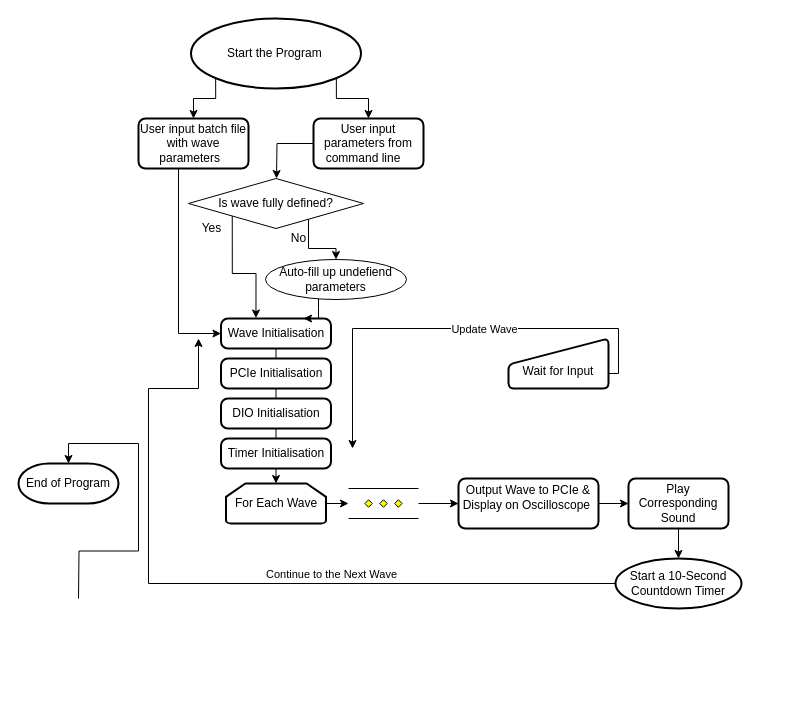
Above: ca2/flowcharts/Main Structure.drawio in JinZihang/NTU-MA4830-RealtimeSoftwareForMechatronicSystems (draw.io), before the change. Source tidied: cells renumbered, new cells numbered last; positions are measured from the earlier drawing's top-left corner, leaving out a move shared by most shapes. Both pictures are drawn from the tidied source at 100%, with x=0, y=0 at pixel (18, 18).
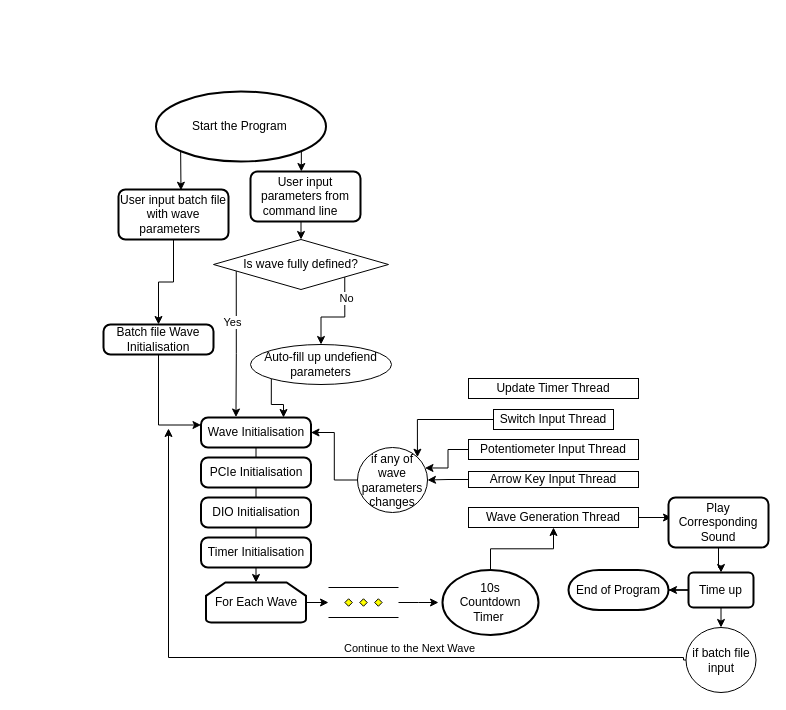
The same page after the edit.

What changed in the source:
```diff
@@
     <mxCell id="2" style="edgeStyle=orthogonalEdgeStyle;rounded=0;jettySize=auto;html=1;exitX=0.855;exitY=0.855;exitDx=0;exitDy=0;exitPerimeter=0;" parent="1" edge="1" source="4" target="24">
       <mxGeometry relative="1" as="geometry">
         <Array as="points">
-          <mxPoint x="318" y="80" />
-          <mxPoint x="350" y="80" />
+          <mxPoint x="283" y="153" />
+          <mxPoint x="315" y="153" />
         </Array>
       </mxGeometry>
     </mxCell>
-    <mxCell id="3" style="edgeStyle=orthogonalEdgeStyle;rounded=0;jettySize=auto;html=1;exitX=0.145;exitY=0.855;exitDx=0;exitDy=0;exitPerimeter=0;entryX=0.5;entryY=0;entryDx=0;entryDy=0;" parent="1" edge="1" source="4" target="38">
-      <mxGeometry relative="1" as="geometry">
-        <Array as="points">
-          <mxPoint x="197" y="80" />
-          <mxPoint x="175" y="80" />
-        </Array>
-      </mxGeometry>
+    <mxCell id="3" style="edgeStyle=orthogonalEdgeStyle;rounded=0;jettySize=auto;html=1;exitX=0.145;exitY=0.855;exitDx=0;exitDy=0;exitPerimeter=0;entryX=0.568;entryY=0.015;entryDx=0;entryDy=0;entryPerimeter=0;" parent="1" edge="1" source="4" target="38">
+      <mxGeometry relative="1" as="geometry" />
     </mxCell>
     <mxCell id="4" value="Start the Program&amp;nbsp;" style="strokeWidth=2;html=1;shape=mxgraph.flowchart.start_1;whiteSpace=wrap;" parent="1" vertex="1">
-      <mxGeometry x="172.5" width="170" height="70" as="geometry" />
+      <mxGeometry x="137.5" y="73" width="170" height="70" as="geometry" />
     </mxCell>
@@
     <mxCell id="6" value="Wave Initialisation" style="rounded=1;whiteSpace=wrap;html=1;absoluteArcSize=1;arcSize=14;strokeWidth=2;" parent="1" vertex="1">
-      <mxGeometry x="202.5" y="300" width="110" height="30" as="geometry" />
+      <mxGeometry x="182.5" y="399" width="110" height="30" as="geometry" />
     </mxCell>
-    <mxCell id="7" style="edgeStyle=orthogonalEdgeStyle;rounded=0;jettySize=auto;html=1;entryX=0.5;entryY=0;entryDx=0;entryDy=0;entryPerimeter=0;" parent="1" edge="1" target="21">
-      <mxGeometry relative="1" as="geometry">
-        <mxPoint x="60" y="580" as="sourcePoint" />
-      </mxGeometry>
-    </mxCell>
-    <mxCell id="8" style="edgeStyle=orthogonalEdgeStyle;rounded=0;jettySize=auto;html=1;entryX=0;entryY=0.5;entryDx=0;entryDy=0;exitX=1;exitY=0.5;exitDx=0;exitDy=0;exitPerimeter=0;" parent="1" edge="1" source="22" target="15">
-      <mxGeometry relative="1" as="geometry" />
+    <mxCell id="8" style="edgeStyle=orthogonalEdgeStyle;rounded=0;jettySize=auto;html=1;entryX=0;entryY=0.5;entryDx=0;entryDy=0;exitX=1;exitY=0.5;exitDx=0;exitDy=0;exitPerimeter=0;" parent="1" edge="1" source="22">
+      <mxGeometry relative="1" as="geometry">
+        <mxPoint x="420" y="584" as="targetPoint" />
+      </mxGeometry>
     </mxCell>
@@
     <mxCell id="10" value="For Each Wave" style="strokeWidth=2;html=1;shape=mxgraph.flowchart.loop_limit;whiteSpace=wrap;" parent="1" vertex="1">
-      <mxGeometry x="207.5" y="465" width="100" height="40" as="geometry" />
+      <mxGeometry x="187.5" y="564" width="100" height="40" as="geometry" />
     </mxCell>
-    <mxCell id="11" style="edgeStyle=orthogonalEdgeStyle;rounded=0;jettySize=auto;html=1;exitX=0;exitY=0.5;exitDx=0;exitDy=0;exitPerimeter=0;" parent="1" edge="1" source="13">
+    <mxCell id="11" style="edgeStyle=orthogonalEdgeStyle;rounded=0;jettySize=auto;html=1;exitX=0;exitY=0.5;exitDx=0;exitDy=0;" parent="1" edge="1" source="54">
       <mxGeometry relative="1" as="geometry">
-        <mxPoint x="180" y="320" as="targetPoint" />
+        <mxPoint x="150" y="410" as="targetPoint" />
         <Array as="points">
-          <mxPoint x="130" y="565" />
-          <mxPoint x="130" y="370" />
-          <mxPoint x="180" y="370" />
+          <mxPoint x="665" y="639" />
+          <mxPoint x="150" y="639" />
         </Array>
       </mxGeometry>
     </mxCell>
@@
+    <mxCell id="39" style="edgeStyle=orthogonalEdgeStyle;rounded=0;jettySize=auto;html=1;" parent="1" edge="1" source="13" target="49">
+      <mxGeometry relative="1" as="geometry" />
+    </mxCell>
-    <mxCell id="13" value="Start a 10-Second&lt;br&gt;Countdown Timer" style="strokeWidth=2;html=1;shape=mxgraph.flowchart.start_1;whiteSpace=wrap;" parent="1" vertex="1">
-      <mxGeometry x="597" y="540" width="126" height="50" as="geometry" />
+    <mxCell id="13" value="10s&lt;br&gt;Countdown Timer&amp;nbsp;" style="strokeWidth=2;html=1;shape=mxgraph.flowchart.start_1;whiteSpace=wrap;" parent="1" vertex="1">
+      <mxGeometry x="424" y="551.5" width="96" height="65" as="geometry" />
     </mxCell>
-    <mxCell id="14" style="edgeStyle=orthogonalEdgeStyle;rounded=0;jettySize=auto;html=1;" parent="1" edge="1" source="15" target="17">
-      <mxGeometry relative="1" as="geometry" />
+    <mxCell id="14" style="edgeStyle=orthogonalEdgeStyle;rounded=0;jettySize=auto;html=1;exitX=1;exitY=0.5;exitDx=0;exitDy=0;" parent="1" edge="1" source="49">
+      <mxGeometry relative="1" as="geometry">
+        <mxPoint x="653" y="499" as="targetPoint" />
+      </mxGeometry>
     </mxCell>
-    <mxCell id="15" value="Output Wave to PCIe &amp;amp; &lt;br&gt;Display on Oscilloscope&amp;nbsp;&lt;p class=&quot;MsoToc3&quot;&gt;&lt;/p&gt;" style="rounded=1;whiteSpace=wrap;html=1;absoluteArcSize=1;arcSize=14;strokeWidth=2;" parent="1" vertex="1">
-      <mxGeometry x="440" y="460" width="140" height="50" as="geometry" />
-    </mxCell>
-    <mxCell id="16" style="edgeStyle=orthogonalEdgeStyle;rounded=0;jettySize=auto;html=1;" parent="1" edge="1" source="17" target="13">
-      <mxGeometry relative="1" as="geometry" />
-    </mxCell>
+    <mxCell id="40" style="edgeStyle=orthogonalEdgeStyle;rounded=0;jettySize=auto;html=1;" parent="1" edge="1" source="17" target="53">
+      <mxGeometry relative="1" as="geometry" />
+    </mxCell>
     <mxCell id="17" value="Play Corresponding Sound" style="rounded=1;whiteSpace=wrap;html=1;absoluteArcSize=1;arcSize=14;strokeWidth=2;" parent="1" vertex="1">
-      <mxGeometry x="610" y="460" width="100" height="50" as="geometry" />
+      <mxGeometry x="650" y="479" width="100" height="50" as="geometry" />
     </mxCell>
-    <mxCell id="18" style="edgeStyle=orthogonalEdgeStyle;rounded=0;jettySize=auto;html=1;exitX=1;exitY=0.5;exitDx=0;exitDy=0;" parent="1" edge="1" source="20">
-      <mxGeometry relative="1" as="geometry">
-        <mxPoint x="334" y="430" as="targetPoint" />
-        <Array as="points">
-          <mxPoint x="600" y="355" />
-          <mxPoint x="600" y="310" />
-          <mxPoint x="334" y="310" />
-        </Array>
-      </mxGeometry>
-    </mxCell>
-    <mxCell id="19" value="Update Wave" style="edgeLabel;html=1;align=center;verticalAlign=middle;" parent="18" vertex="1">
-      <mxGeometry x="-0.05" relative="1" as="geometry">
-        <mxPoint x="14" as="offset" />
-      </mxGeometry>
-    </mxCell>
-    <mxCell id="20" value="&lt;br&gt;Wait for Input" style="html=1;strokeWidth=2;shape=manualInput;whiteSpace=wrap;rounded=1;size=26;arcSize=11;" parent="1" vertex="1">
-      <mxGeometry x="490" y="320" width="100" height="50" as="geometry" />
-    </mxCell>
     <mxCell id="21" value="End of Program" style="strokeWidth=2;html=1;shape=mxgraph.flowchart.terminator;whiteSpace=wrap;" parent="1" vertex="1">
-      <mxGeometry y="445" width="100" height="40" as="geometry" />
+      <mxGeometry x="550" y="551.5" width="100" height="40" as="geometry" />
     </mxCell>
     <mxCell id="22" style="verticalLabelPosition=bottom;verticalAlign=top;html=1;shape=mxgraph.flowchart.parallel_mode;" parent="1" vertex="1">
-      <mxGeometry x="330" y="470" width="70" height="30" as="geometry" />
+      <mxGeometry x="310" y="569" width="70" height="30" as="geometry" />
     </mxCell>
-    <mxCell id="23" style="edgeStyle=orthogonalEdgeStyle;rounded=0;jettySize=auto;html=1;" parent="1" edge="1" source="24">
-      <mxGeometry relative="1" as="geometry">
-        <mxPoint x="258" y="160" as="targetPoint" />
-      </mxGeometry>
+    <mxCell id="23" style="edgeStyle=orthogonalEdgeStyle;rounded=0;jettySize=auto;html=1;exitX=0.5;exitY=1;exitDx=0;exitDy=0;entryX=0.5;entryY=0;entryDx=0;entryDy=0;" parent="1" edge="1" source="24" target="27">
+      <mxGeometry relative="1" as="geometry" />
     </mxCell>
     <mxCell id="24" value="User input parameters from command line&amp;nbsp; &amp;nbsp;" style="rounded=1;whiteSpace=wrap;html=1;absoluteArcSize=1;arcSize=14;strokeWidth=2;" parent="1" vertex="1">
-      <mxGeometry x="295" y="100" width="110" height="50" as="geometry" />
+      <mxGeometry x="232" y="153" width="110" height="50" as="geometry" />
     </mxCell>
-    <mxCell id="25" style="edgeStyle=orthogonalEdgeStyle;rounded=0;jettySize=auto;html=1;exitX=0;exitY=1;exitDx=0;exitDy=0;entryX=0.318;entryY=-0.016;entryDx=0;entryDy=0;entryPerimeter=0;" parent="1" edge="1" source="27" target="6">
+    <mxCell id="25" style="edgeStyle=orthogonalEdgeStyle;rounded=0;jettySize=auto;html=1;exitX=0.13;exitY=0.59;exitDx=0;exitDy=0;entryX=0.318;entryY=-0.016;entryDx=0;entryDy=0;entryPerimeter=0;startArrow=none;exitPerimeter=0;" parent="1" edge="1" source="27" target="6">
       <mxGeometry relative="1" as="geometry" />
     </mxCell>
+    <mxCell id="28" value="Yes" style="edgeLabel;html=1;align=center;verticalAlign=middle;" parent="25" vertex="1">
+      <mxGeometry x="-0.36" y="-4" relative="1" as="geometry">
+        <mxPoint y="6" as="offset" />
+      </mxGeometry>
+    </mxCell>
-    <mxCell id="26" style="edgeStyle=orthogonalEdgeStyle;rounded=0;jettySize=auto;html=1;exitX=1;exitY=1;exitDx=0;exitDy=0;entryX=0.5;entryY=0;entryDx=0;entryDy=0;" parent="1" edge="1" source="27" target="31">
-      <mxGeometry relative="1" as="geometry">
-        <Array as="points">
-          <mxPoint x="290" y="198" />
-          <mxPoint x="290" y="230" />
-        </Array>
-      </mxGeometry>
+    <mxCell id="26" style="edgeStyle=orthogonalEdgeStyle;rounded=0;jettySize=auto;html=1;exitX=1;exitY=1;exitDx=0;exitDy=0;" parent="1" edge="1" source="27" target="31">
+      <mxGeometry relative="1" as="geometry" />
     </mxCell>
     <mxCell id="27" value="Is wave fully defined?" style="rhombus;whiteSpace=wrap;html=1;" parent="1" vertex="1">
-      <mxGeometry x="170" y="160" width="175" height="50" as="geometry" />
+      <mxGeometry x="195" y="221" width="175" height="50" as="geometry" />
     </mxCell>
-    <mxCell id="28" value="Yes" style="text;html=1;align=center;verticalAlign=middle;strokeColor=none;fillColor=none;" parent="1" vertex="1">
-      <mxGeometry x="172.5" y="200" width="40" height="20" as="geometry" />
-    </mxCell>
-    <mxCell id="29" value="No" style="text;html=1;align=center;verticalAlign=middle;strokeColor=none;fillColor=none;" parent="1" vertex="1">
-      <mxGeometry x="265" y="210" width="30" height="20" as="geometry" />
-    </mxCell>
-    <mxCell id="30" style="edgeStyle=orthogonalEdgeStyle;rounded=0;jettySize=auto;html=1;entryX=0.75;entryY=0;entryDx=0;entryDy=0;" parent="1" edge="1" source="31" target="6">
-      <mxGeometry relative="1" as="geometry">
-        <Array as="points">
-          <mxPoint x="300" y="290" />
-          <mxPoint x="300" y="290" />
-        </Array>
-      </mxGeometry>
+    <mxCell id="30" style="edgeStyle=orthogonalEdgeStyle;rounded=0;jettySize=auto;html=1;exitX=0;exitY=1;exitDx=0;exitDy=0;entryX=0.75;entryY=0;entryDx=0;entryDy=0;" parent="1" edge="1" source="31" target="6">
+      <mxGeometry relative="1" as="geometry" />
     </mxCell>
     <mxCell id="31" value="Auto-fill up undefiend parameters" style="ellipse;whiteSpace=wrap;html=1;" parent="1" vertex="1">
-      <mxGeometry x="247" y="241" width="141" height="40" as="geometry" />
+      <mxGeometry x="232" y="326" width="141" height="40" as="geometry" />
     </mxCell>
     <mxCell id="32" value="PCIe Initialisation" style="rounded=1;whiteSpace=wrap;html=1;absoluteArcSize=1;arcSize=14;strokeWidth=2;" parent="1" vertex="1">
-      <mxGeometry x="202.5" y="340" width="110" height="30" as="geometry" />
+      <mxGeometry x="182.5" y="439" width="110" height="30" as="geometry" />
     </mxCell>
@@
     <mxCell id="34" value="DIO Initialisation" style="rounded=1;whiteSpace=wrap;html=1;absoluteArcSize=1;arcSize=14;strokeWidth=2;" parent="1" vertex="1">
-      <mxGeometry x="202.5" y="380" width="110" height="30" as="geometry" />
+      <mxGeometry x="182.5" y="479" width="110" height="30" as="geometry" />
     </mxCell>
@@
     <mxCell id="36" value="Timer Initialisation" style="rounded=1;whiteSpace=wrap;html=1;absoluteArcSize=1;arcSize=14;strokeWidth=2;" parent="1" vertex="1">
-      <mxGeometry x="202.5" y="420" width="110" height="30" as="geometry" />
+      <mxGeometry x="182.5" y="519" width="110" height="30" as="geometry" />
     </mxCell>
-    <mxCell id="37" style="edgeStyle=orthogonalEdgeStyle;rounded=0;jettySize=auto;html=1;exitX=0.25;exitY=1;exitDx=0;exitDy=0;entryX=0;entryY=0.5;entryDx=0;entryDy=0;" parent="1" edge="1" source="38" target="6">
-      <mxGeometry relative="1" as="geometry">
-        <Array as="points">
-          <mxPoint x="160" y="150" />
-          <mxPoint x="160" y="315" />
-        </Array>
-      </mxGeometry>
-    </mxCell>
+    <mxCell id="41" style="edgeStyle=orthogonalEdgeStyle;rounded=0;jettySize=auto;html=1;" parent="1" edge="1" source="38" target="57">
+      <mxGeometry relative="1" as="geometry" />
+    </mxCell>
     <mxCell id="38" value="User input batch file with wave parameters&amp;nbsp;&amp;nbsp;" style="rounded=1;whiteSpace=wrap;html=1;absoluteArcSize=1;arcSize=14;strokeWidth=2;" parent="1" vertex="1">
-      <mxGeometry x="120" y="100" width="110" height="50" as="geometry" />
+      <mxGeometry x="100" y="171" width="110" height="50" as="geometry" />
     </mxCell>
+    <mxCell id="42" style="edgeStyle=orthogonalEdgeStyle;rounded=0;jettySize=auto;html=1;entryX=1;entryY=0;entryDx=0;entryDy=0;" parent="1" edge="1" source="43" target="51">
+      <mxGeometry relative="1" as="geometry" />
+    </mxCell>
+    <mxCell id="43" value="Switch Input Thread" style="rounded=0;whiteSpace=wrap;html=1;" parent="1" vertex="1">
+      <mxGeometry x="475" y="391" width="120" height="20" as="geometry" />
+    </mxCell>
+    <mxCell id="44" style="edgeStyle=orthogonalEdgeStyle;rounded=0;jettySize=auto;html=1;entryX=0.964;entryY=0.315;entryDx=0;entryDy=0;entryPerimeter=0;" parent="1" edge="1" source="45" target="51">
+      <mxGeometry relative="1" as="geometry" />
+    </mxCell>
+    <mxCell id="45" value="Potentiometer Input Thread" style="rounded=0;whiteSpace=wrap;html=1;" parent="1" vertex="1">
+      <mxGeometry x="450" y="421" width="170" height="20" as="geometry" />
+    </mxCell>
+    <mxCell id="46" style="edgeStyle=orthogonalEdgeStyle;rounded=0;jettySize=auto;html=1;entryX=1;entryY=0.5;entryDx=0;entryDy=0;" parent="1" edge="1" source="47" target="51">
+      <mxGeometry relative="1" as="geometry" />
+    </mxCell>
+    <mxCell id="47" value="Arrow Key Input Thread" style="rounded=0;whiteSpace=wrap;html=1;" parent="1" vertex="1">
+      <mxGeometry x="450" y="453" width="170" height="16" as="geometry" />
+    </mxCell>
+    <mxCell id="48" value="Update Timer Thread" style="rounded=0;whiteSpace=wrap;html=1;" parent="1" vertex="1">
+      <mxGeometry x="450" y="360" width="170" height="20" as="geometry" />
+    </mxCell>
+    <mxCell id="49" value="Wave Generation Thread" style="rounded=0;whiteSpace=wrap;html=1;" parent="1" vertex="1">
+      <mxGeometry x="450" y="489" width="170" height="20" as="geometry" />
+    </mxCell>
+    <mxCell id="50" style="edgeStyle=orthogonalEdgeStyle;rounded=0;jettySize=auto;html=1;entryX=1;entryY=0.5;entryDx=0;entryDy=0;" parent="1" edge="1" source="51" target="6">
+      <mxGeometry relative="1" as="geometry" />
+    </mxCell>
+    <mxCell id="51" value="if any of wave parameters changes" style="ellipse;whiteSpace=wrap;html=1;" parent="1" vertex="1">
+      <mxGeometry x="339" y="429" width="70" height="65" as="geometry" />
+    </mxCell>
+    <mxCell id="52" style="edgeStyle=orthogonalEdgeStyle;rounded=0;jettySize=auto;html=1;" parent="1" edge="1" source="53" target="21">
+      <mxGeometry relative="1" as="geometry" />
+    </mxCell>
+    <mxCell id="53" value="Time up" style="whiteSpace=wrap;html=1;rounded=1;strokeWidth=2;arcSize=14;" parent="1" vertex="1">
+      <mxGeometry x="670" y="554" width="65" height="35" as="geometry" />
+    </mxCell>
+    <mxCell id="54" value="if batch file input" style="ellipse;whiteSpace=wrap;html=1;" parent="1" vertex="1">
+      <mxGeometry x="667.5" y="609" width="70" height="65" as="geometry" />
+    </mxCell>
+    <mxCell id="55" style="endArrow=classic;html=1;rounded=0;exitX=0.5;exitY=1;exitDx=0;exitDy=0;entryX=0.5;entryY=0;entryDx=0;entryDy=0;" parent="1" edge="1" source="53" target="54">
+      <mxGeometry relative="1" as="geometry" />
+    </mxCell>
+    <mxCell id="56" style="edgeStyle=orthogonalEdgeStyle;rounded=0;jettySize=auto;html=1;entryX=0;entryY=0.25;entryDx=0;entryDy=0;" parent="1" edge="1" source="57" target="6">
+      <mxGeometry relative="1" as="geometry" />
+    </mxCell>
+    <mxCell id="57" value="Batch file Wave Initialisation" style="rounded=1;whiteSpace=wrap;html=1;absoluteArcSize=1;arcSize=14;strokeWidth=2;" parent="1" vertex="1">
+      <mxGeometry x="85" y="306" width="110" height="30" as="geometry" />
+    </mxCell>
+    <mxCell id="29" value="No" style="edgeLabel;html=1;align=center;verticalAlign=middle;" parent="1" vertex="1">
+      <mxGeometry x="222.5" y="336" as="geometry">
+        <mxPoint x="105" y="-57" as="offset" />
+      </mxGeometry>
+    </mxCell>
```
